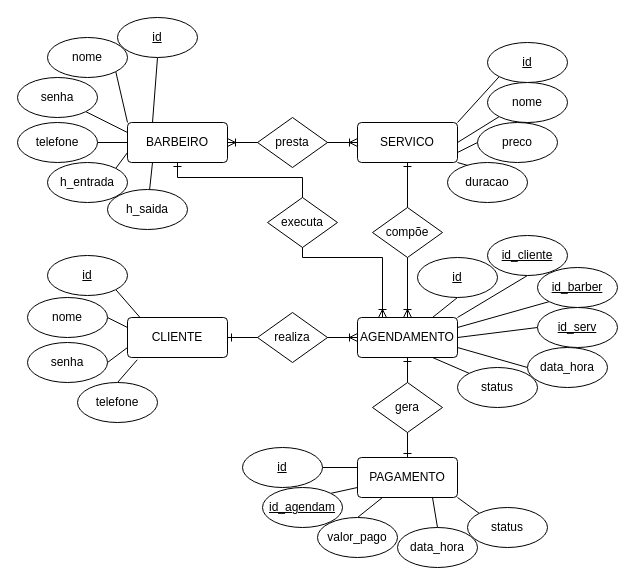
Above: diagrams/ERD.drawio in Moises-Jorge/BarberGest (draw.io), before the change. Source tidied: cells renumbered, new cells numbered last; positions are measured from the earlier drawing's top-left corner, leaving out a move shared by most shapes. Both pictures are drawn from the tidied source at 100%, with x=0, y=0 at pixel (17, 17).
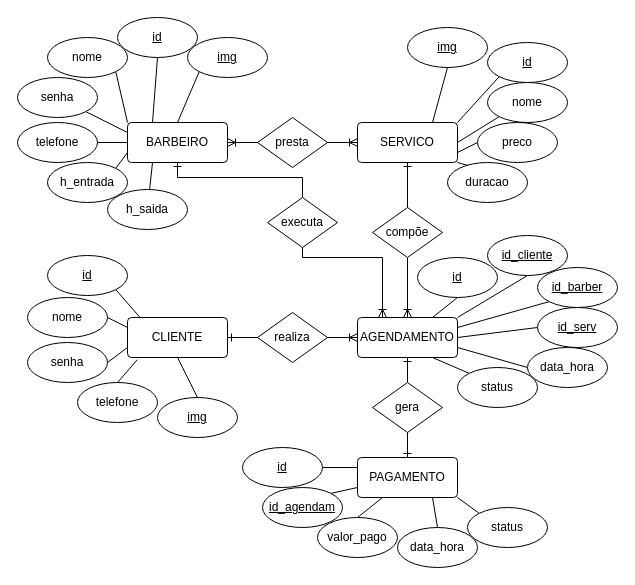
After the change.

Commit message (it also covers changes not shown here):
diagram: updated ERD, added img field

Unchanged cells that the change refers to:
```xml
<mxCell id="6" value="CLIENTE" style="rounded=1;arcSize=10;whiteSpace=wrap;html=1;align=center;" parent="1" vertex="1">
  <mxGeometry x="110" y="300" width="100" height="40" as="geometry" />
</mxCell>
<mxCell id="13" value="BARBEIRO" style="rounded=1;arcSize=10;whiteSpace=wrap;html=1;align=center;" parent="1" vertex="1">
  <mxGeometry x="110" y="105" width="100" height="40" as="geometry" />
</mxCell>
<mxCell id="18" value="SERVICO" style="rounded=1;arcSize=10;whiteSpace=wrap;html=1;align=center;" parent="1" vertex="1">
  <mxGeometry x="340" y="105" width="100" height="40" as="geometry" />
</mxCell>
```

Diff of the diagram source:
```diff
@@
+    <mxCell id="72" value="img" style="ellipse;whiteSpace=wrap;html=1;align=center;fontStyle=4;" parent="1" vertex="1">
+      <mxGeometry x="170" y="20" width="80" height="40" as="geometry" />
+    </mxCell>
+    <mxCell id="73" style="rounded=0;jettySize=auto;html=1;exitX=0.5;exitY=1;exitDx=0;exitDy=0;entryX=0.75;entryY=0;entryDx=0;entryDy=0;endArrow=none;endFill=0;" parent="1" edge="1" source="74" target="18">
+      <mxGeometry relative="1" as="geometry" />
+    </mxCell>
+    <mxCell id="74" value="img" style="ellipse;whiteSpace=wrap;html=1;align=center;fontStyle=4;" parent="1" vertex="1">
+      <mxGeometry x="390" y="10" width="80" height="40" as="geometry" />
+    </mxCell>
+    <mxCell id="75" style="rounded=0;jettySize=auto;html=1;exitX=0.5;exitY=0;exitDx=0;exitDy=0;entryX=0.5;entryY=1;entryDx=0;entryDy=0;endArrow=none;endFill=0;" parent="1" edge="1" source="76" target="6">
+      <mxGeometry relative="1" as="geometry" />
+    </mxCell>
+    <mxCell id="76" value="img" style="ellipse;whiteSpace=wrap;html=1;align=center;fontStyle=4;" parent="1" vertex="1">
+      <mxGeometry x="140" y="380" width="80" height="40" as="geometry" />
+    </mxCell>
+    <mxCell id="77" style="rounded=0;jettySize=auto;html=1;exitX=0;exitY=1;exitDx=0;exitDy=0;entryX=0.5;entryY=0;entryDx=0;entryDy=0;endArrow=none;endFill=0;" parent="1" edge="1" source="72" target="13">
+      <mxGeometry relative="1" as="geometry" />
+    </mxCell>
```
